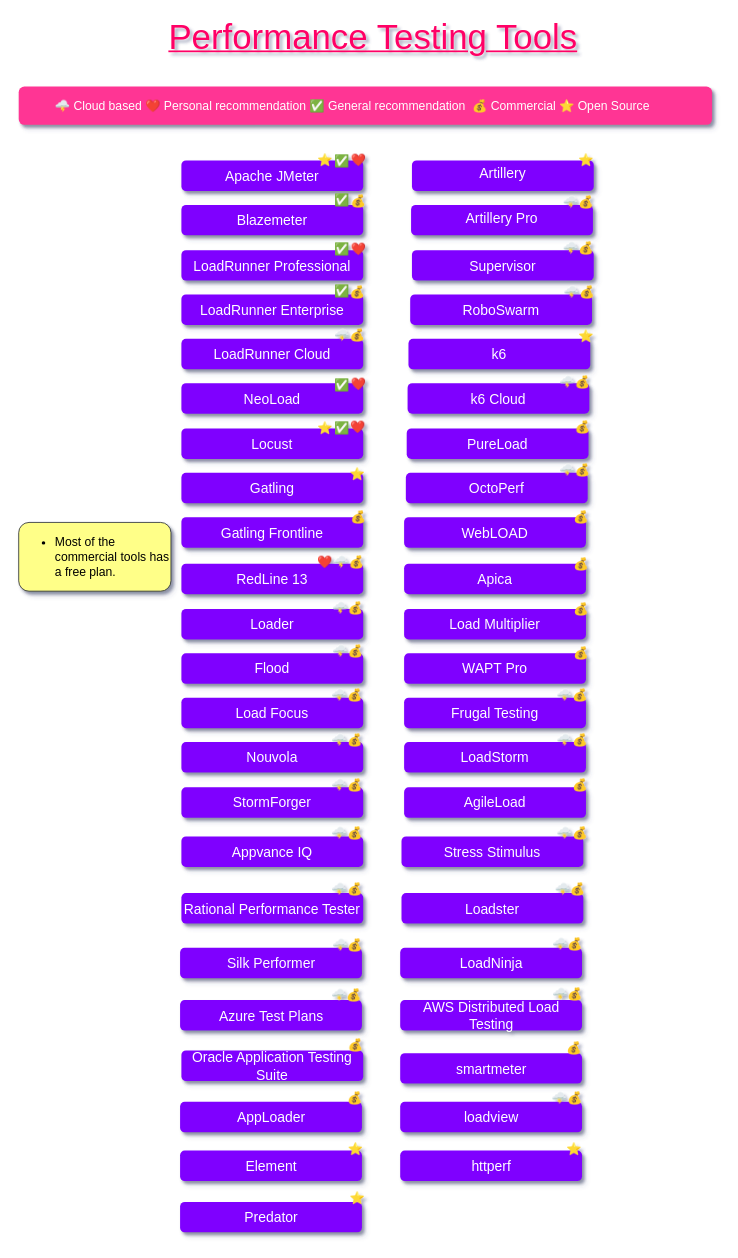
Above: PerformanceTestingTools.drawio in QAInsights/Performance-Testing-Tools (draw.io), before the change. Source tidied: cells renumbered, new cells numbered last; positions are measured from the earlier drawing's top-left corner, leaving out a move shared by most shapes. Both pictures are drawn from the tidied source at 87%, with x=0, y=0 at pixel (18, 27).
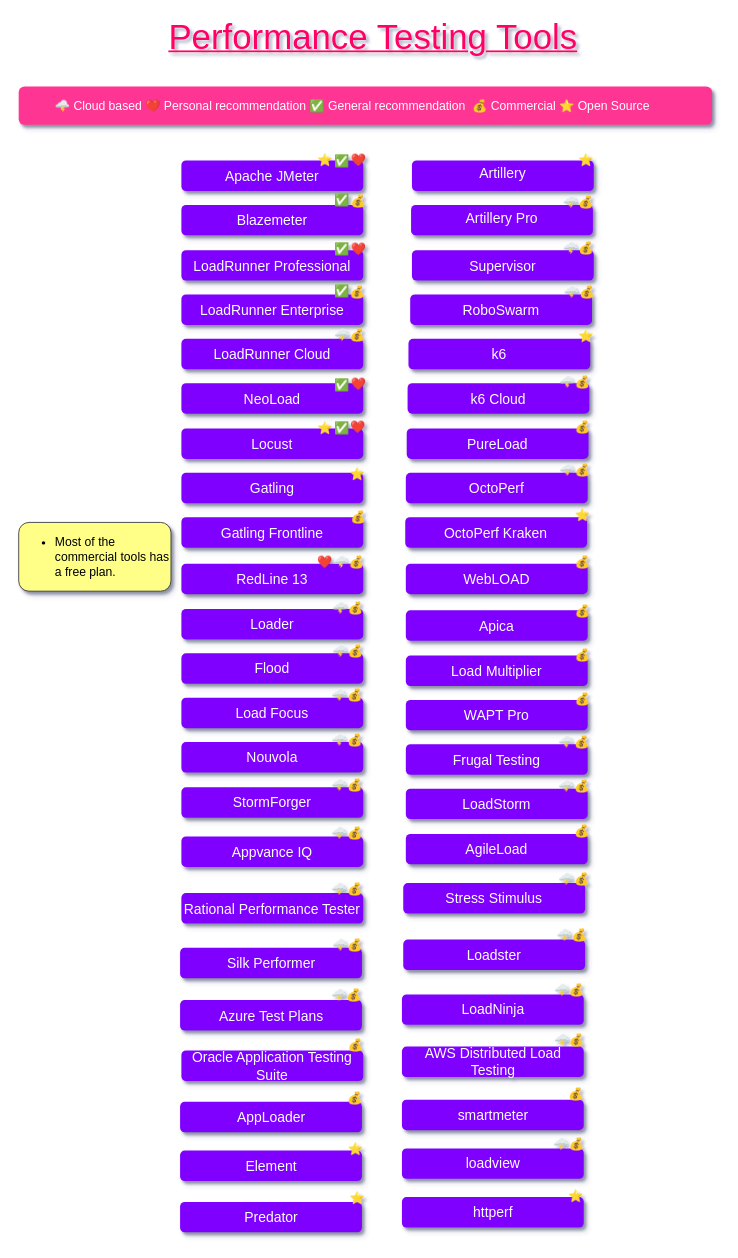
The same diagram, later.

The edit, as a diff of the source:
```diff
@@
     <mxCell id="18" value="Stress Stimulus" style="rounded=1;whiteSpace=wrap;html=1;shadow=1;glass=0;labelBackgroundColor=none;sketch=0;fontFamily=Ubuntu;fontSize=16;align=center;spacingRight=0;strokeColor=none;fontColor=#FFFFFF;fillColor=#7F00FF;" parent="1" vertex="1">
-      <mxGeometry x="440" y="930" width="209" height="35" as="geometry" />
+      <mxGeometry x="442" y="983.5" width="209" height="35" as="geometry" />
     </mxCell>
@@
     <mxCell id="24" value="WebLOAD" style="rounded=1;whiteSpace=wrap;html=1;shadow=1;glass=0;labelBackgroundColor=none;sketch=0;fontFamily=Ubuntu;fontSize=16;align=center;spacingRight=0;strokeColor=none;fontColor=#FFFFFF;fillColor=#7F00FF;" parent="1" vertex="1">
-      <mxGeometry x="443" y="563" width="209" height="35" as="geometry" />
+      <mxGeometry x="445" y="616.5" width="209" height="35" as="geometry" />
     </mxCell>
     <mxCell id="25" value="Load Multiplier" style="rounded=1;whiteSpace=wrap;html=1;shadow=1;glass=0;labelBackgroundColor=none;sketch=0;fontFamily=Ubuntu;fontSize=16;align=center;spacingRight=0;strokeColor=none;fontColor=#FFFFFF;fillColor=#7F00FF;" parent="1" vertex="1">
-      <mxGeometry x="443" y="668.5" width="209" height="35" as="geometry" />
+      <mxGeometry x="445" y="722" width="209" height="35" as="geometry" />
     </mxCell>
     <mxCell id="26" value="Apica" style="rounded=1;whiteSpace=wrap;html=1;shadow=1;glass=0;labelBackgroundColor=none;sketch=0;fontFamily=Ubuntu;fontSize=16;align=center;spacingRight=0;strokeColor=none;fontColor=#FFFFFF;fillColor=#7F00FF;" parent="1" vertex="1">
-      <mxGeometry x="443" y="616.5" width="209" height="35" as="geometry" />
+      <mxGeometry x="445" y="670" width="209" height="35" as="geometry" />
     </mxCell>
     <mxCell id="27" value="&lt;div&gt;WAPT Pro&lt;br&gt;&lt;/div&gt;" style="rounded=1;whiteSpace=wrap;html=1;shadow=1;glass=0;labelBackgroundColor=none;sketch=0;fontFamily=Ubuntu;fontSize=16;align=center;spacingRight=0;strokeColor=none;fontColor=#FFFFFF;fillColor=#7F00FF;" parent="1" vertex="1">
-      <mxGeometry x="443" y="719.5" width="209" height="35" as="geometry" />
+      <mxGeometry x="445" y="773" width="209" height="35" as="geometry" />
     </mxCell>
     <mxCell id="28" value="Frugal Testing" style="rounded=1;whiteSpace=wrap;html=1;shadow=1;glass=0;labelBackgroundColor=none;sketch=0;fontFamily=Ubuntu;fontSize=16;align=center;spacingRight=0;strokeColor=none;fontColor=#FFFFFF;fillColor=#7F00FF;" parent="1" vertex="1">
-      <mxGeometry x="443" y="770.5" width="209" height="35" as="geometry" />
+      <mxGeometry x="445" y="824" width="209" height="35" as="geometry" />
     </mxCell>
     <mxCell id="29" value="AgileLoad" style="rounded=1;whiteSpace=wrap;html=1;shadow=1;glass=0;labelBackgroundColor=none;sketch=0;fontFamily=Ubuntu;fontSize=16;align=center;spacingRight=0;strokeColor=none;fontColor=#FFFFFF;fillColor=#7F00FF;" parent="1" vertex="1">
-      <mxGeometry x="443" y="873.5" width="209" height="35" as="geometry" />
+      <mxGeometry x="445" y="927" width="209" height="35" as="geometry" />
     </mxCell>
     <mxCell id="30" value="LoadStorm" style="rounded=1;whiteSpace=wrap;html=1;shadow=1;glass=0;labelBackgroundColor=none;sketch=0;fontFamily=Ubuntu;fontSize=16;align=center;spacingRight=0;strokeColor=none;fontColor=#FFFFFF;fillColor=#7F00FF;" parent="1" vertex="1">
-      <mxGeometry x="443" y="821.5" width="209" height="35" as="geometry" />
+      <mxGeometry x="445" y="875" width="209" height="35" as="geometry" />
     </mxCell>
@@
     <mxCell id="69" style="group;" parent="1" vertex="1">
-      <mxGeometry x="613" y="758" width="44.5" height="19" as="geometry" />
+      <mxGeometry x="615" y="811.5" width="44.5" height="19" as="geometry" />
     </mxCell>
@@
-    <mxCell id="76" value="&lt;span style=&quot;color: rgb(255 , 255 , 255) ; font-family: &amp;#34;ubuntu&amp;#34; ; font-size: 14px ; text-align: left&quot;&gt;💰&lt;/span&gt;" style="text;html=1;align=center;verticalAlign=middle;" parent="1" vertex="1">
-      <mxGeometry x="633" y="553" width="26" height="19" as="geometry" />
-    </mxCell>
     <mxCell id="77" value="&lt;span style=&quot;color: rgb(255 , 255 , 255) ; font-family: &amp;#34;ubuntu&amp;#34; ; font-size: 14px ; text-align: left&quot;&gt;💰&lt;/span&gt;" style="text;html=1;align=center;verticalAlign=middle;" parent="1" vertex="1">
-      <mxGeometry x="633" y="607.5" width="26" height="19" as="geometry" />
+      <mxGeometry x="635" y="661" width="26" height="19" as="geometry" />
     </mxCell>
     <mxCell id="78" value="&lt;span style=&quot;color: rgb(255 , 255 , 255) ; font-family: &amp;#34;ubuntu&amp;#34; ; font-size: 14px ; text-align: left&quot;&gt;💰&lt;/span&gt;" style="text;html=1;align=center;verticalAlign=middle;" parent="1" vertex="1">
-      <mxGeometry x="633" y="659" width="26" height="19" as="geometry" />
+      <mxGeometry x="635" y="712.5" width="26" height="19" as="geometry" />
     </mxCell>
     <mxCell id="79" value="&lt;span style=&quot;color: rgb(255 , 255 , 255) ; font-family: &amp;#34;ubuntu&amp;#34; ; font-size: 14px ; text-align: left&quot;&gt;💰&lt;/span&gt;" style="text;html=1;align=center;verticalAlign=middle;" parent="1" vertex="1">
-      <mxGeometry x="633" y="709" width="26" height="19" as="geometry" />
+      <mxGeometry x="635" y="762.5" width="26" height="19" as="geometry" />
     </mxCell>
     <mxCell id="80" style="group;" parent="1" vertex="1">
-      <mxGeometry x="613" y="809" width="44.5" height="19" as="geometry" />
+      <mxGeometry x="615" y="862.5" width="44.5" height="19" as="geometry" />
     </mxCell>
@@
     <mxCell id="83" value="&lt;span style=&quot;color: rgb(255 , 255 , 255) ; font-family: &amp;#34;ubuntu&amp;#34; ; font-size: 14px ; text-align: left&quot;&gt;💰&lt;/span&gt;" style="text;html=1;align=center;verticalAlign=middle;" parent="1" vertex="1">
-      <mxGeometry x="631.5" y="861" width="26" height="19" as="geometry" />
+      <mxGeometry x="633.5" y="914.5" width="26" height="19" as="geometry" />
     </mxCell>
     <mxCell id="84" style="group;" parent="1" vertex="1">
-      <mxGeometry x="613" y="916" width="44.5" height="19" as="geometry" />
+      <mxGeometry x="615" y="969.5" width="44.5" height="19" as="geometry" />
     </mxCell>
@@
     <mxCell id="113" value="Loadster" style="rounded=1;whiteSpace=wrap;html=1;shadow=1;glass=0;labelBackgroundColor=none;sketch=0;fontFamily=Ubuntu;fontSize=16;align=center;spacingRight=0;strokeColor=none;fontColor=#FFFFFF;fillColor=#7F00FF;" parent="1" vertex="1">
-      <mxGeometry x="440" y="995" width="209" height="35" as="geometry" />
+      <mxGeometry x="442" y="1048.5" width="209" height="35" as="geometry" />
     </mxCell>
     <mxCell id="114" style="group;" parent="1" vertex="1">
-      <mxGeometry x="610.5" y="980" width="44.5" height="19" as="geometry" />
+      <mxGeometry x="612.5" y="1033.5" width="44.5" height="19" as="geometry" />
     </mxCell>
@@
     <mxCell id="121" value="LoadNinja" style="rounded=1;whiteSpace=wrap;html=1;shadow=1;glass=0;labelBackgroundColor=none;sketch=0;fontFamily=Ubuntu;fontSize=16;align=center;spacingRight=0;strokeColor=none;fontColor=#FFFFFF;fillColor=#7F00FF;" parent="1" vertex="1">
-      <mxGeometry x="438.5" y="1058" width="209" height="35" as="geometry" />
+      <mxGeometry x="440.5" y="1111.5" width="209" height="35" as="geometry" />
     </mxCell>
     <mxCell id="122" style="group;" parent="1" vertex="1">
-      <mxGeometry x="607.5" y="1044" width="44.5" height="19" as="geometry" />
+      <mxGeometry x="609.5" y="1097.5" width="44.5" height="19" as="geometry" />
     </mxCell>
@@
     <mxCell id="129" value="AWS Distributed Load Testing" style="rounded=1;whiteSpace=wrap;html=1;shadow=1;glass=0;labelBackgroundColor=none;sketch=0;fontFamily=Ubuntu;fontSize=16;align=center;spacingRight=0;strokeColor=none;fontColor=#FFFFFF;fillColor=#7F00FF;" parent="1" vertex="1">
-      <mxGeometry x="438.5" y="1118" width="209" height="35" as="geometry" />
+      <mxGeometry x="440.5" y="1171.5" width="209" height="35" as="geometry" />
     </mxCell>
     <mxCell id="130" style="group;" parent="1" vertex="1">
-      <mxGeometry x="607.5" y="1101" width="44.5" height="19" as="geometry" />
+      <mxGeometry x="609.5" y="1154.5" width="44.5" height="19" as="geometry" />
     </mxCell>
@@
     <mxCell id="136" value="smartmeter" style="rounded=1;whiteSpace=wrap;html=1;shadow=1;glass=0;labelBackgroundColor=none;sketch=0;fontFamily=Ubuntu;fontSize=16;align=center;spacingRight=0;strokeColor=none;fontColor=#FFFFFF;fillColor=#7F00FF;" parent="1" vertex="1">
-      <mxGeometry x="438.5" y="1179" width="209" height="35" as="geometry" />
+      <mxGeometry x="440.5" y="1232.5" width="209" height="35" as="geometry" />
     </mxCell>
     <mxCell id="137" value="&lt;span style=&quot;color: rgb(255 , 255 , 255) ; font-family: &amp;#34;ubuntu&amp;#34; ; font-size: 14px ; text-align: left&quot;&gt;💰&lt;/span&gt;" style="text;html=1;align=center;verticalAlign=middle;" parent="1" vertex="1">
-      <mxGeometry x="625.2" y="1163" width="26" height="19" as="geometry" />
+      <mxGeometry x="627.2" y="1216.5" width="26" height="19" as="geometry" />
     </mxCell>
@@
     <mxCell id="139" value="loadview" style="rounded=1;whiteSpace=wrap;html=1;shadow=1;glass=0;labelBackgroundColor=none;sketch=0;fontFamily=Ubuntu;fontSize=16;align=center;spacingRight=0;strokeColor=none;fontColor=#FFFFFF;fillColor=#7F00FF;" parent="1" vertex="1">
-      <mxGeometry x="438.5" y="1235" width="209" height="35" as="geometry" />
+      <mxGeometry x="440.5" y="1288.5" width="209" height="35" as="geometry" />
     </mxCell>
     <mxCell id="140" style="group;" parent="1" vertex="1">
-      <mxGeometry x="607" y="1221" width="44.5" height="19" as="geometry" />
+      <mxGeometry x="609" y="1274.5" width="44.5" height="19" as="geometry" />
     </mxCell>
@@
     <mxCell id="145" value="httperf" style="rounded=1;whiteSpace=wrap;html=1;shadow=1;glass=0;labelBackgroundColor=none;sketch=0;fontFamily=Ubuntu;fontSize=16;align=center;spacingRight=0;strokeColor=none;fontColor=#FFFFFF;fillColor=#7F00FF;" parent="1" vertex="1">
-      <mxGeometry x="438.5" y="1291" width="209" height="35" as="geometry" />
+      <mxGeometry x="440.5" y="1344.5" width="209" height="35" as="geometry" />
     </mxCell>
     <mxCell id="146" value="&lt;font style=&quot;font-size: 14px&quot;&gt;⭐&lt;/font&gt;" style="text;html=1;align=center;verticalAlign=middle;fontSize=16;fontFamily=Ubuntu;fontColor=#FFFFFF;" parent="1" vertex="1">
-      <mxGeometry x="623.8" y="1276" width="29" height="24" as="geometry" />
+      <mxGeometry x="625.8" y="1329.5" width="29" height="24" as="geometry" />
     </mxCell>
@@
+    <mxCell id="150" value="&lt;div&gt;OctoPerf Kraken&lt;/div&gt;" style="rounded=1;whiteSpace=wrap;html=1;shadow=1;glass=0;labelBackgroundColor=none;sketch=0;fontFamily=Ubuntu;fontSize=16;align=center;spacingRight=0;strokeColor=none;fontColor=#FFFFFF;fillColor=#7F00FF;" parent="1" vertex="1">
+      <mxGeometry x="444.3" y="563" width="209" height="35" as="geometry" />
+    </mxCell>
+    <mxCell id="76" value="&lt;span style=&quot;color: rgb(255 , 255 , 255) ; font-family: &amp;#34;ubuntu&amp;#34; ; font-size: 14px ; text-align: left&quot;&gt;💰&lt;/span&gt;" style="text;html=1;align=center;verticalAlign=middle;" parent="1" vertex="1">
+      <mxGeometry x="635" y="605" width="26" height="19" as="geometry" />
+    </mxCell>
+    <mxCell id="151" value="&lt;font style=&quot;font-size: 14px&quot;&gt;⭐&lt;/font&gt;" style="text;html=1;align=center;verticalAlign=middle;fontSize=16;fontFamily=Ubuntu;fontColor=#FFFFFF;" parent="1" vertex="1">
+      <mxGeometry x="633.5" y="548" width="29" height="24" as="geometry" />
+    </mxCell>
```
